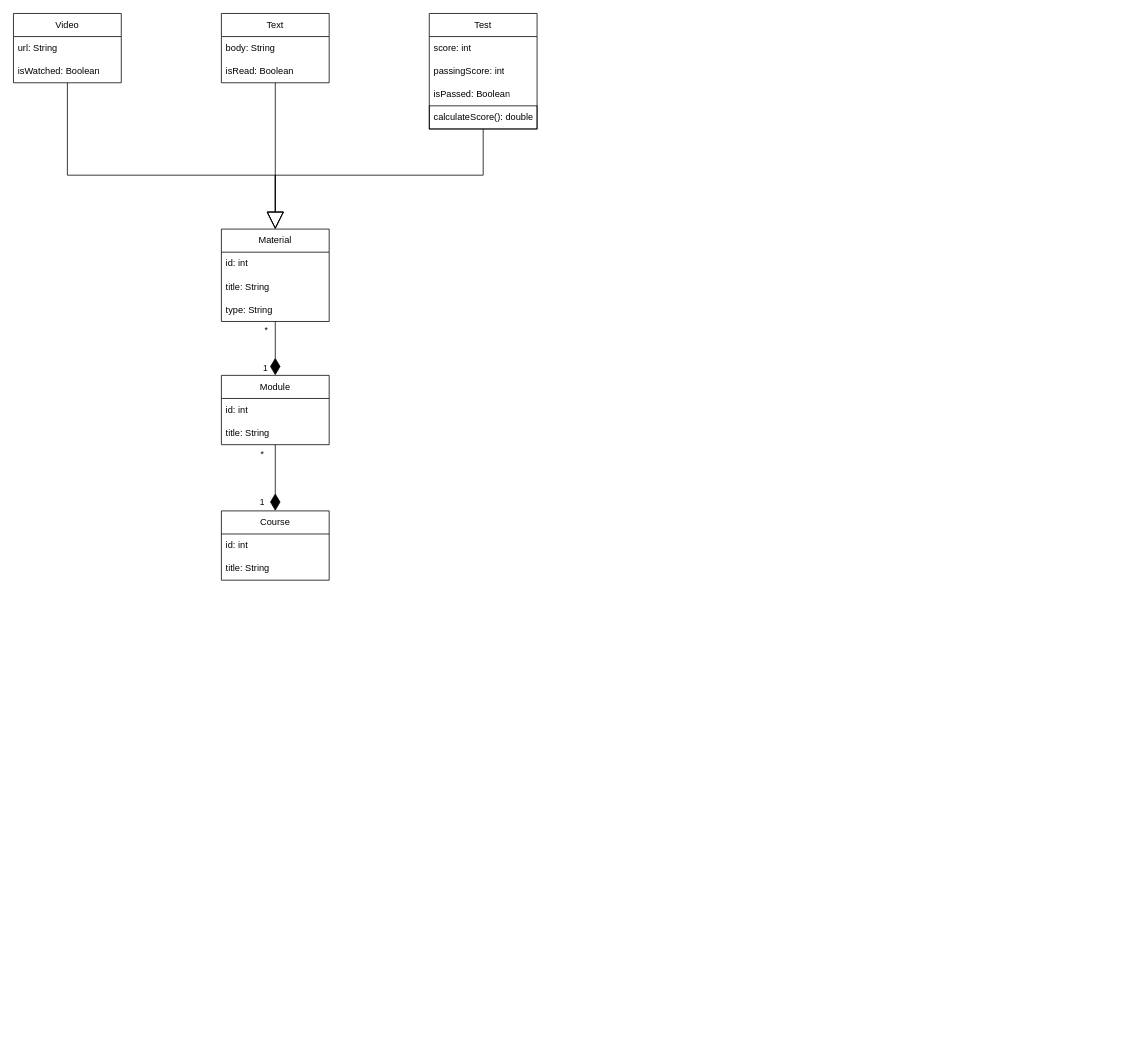
The draw.io diagram class.drawio.xml in vladkuz54/doc, before the edit. Source tidied: cells renumbered, new cells numbered last; positions are measured from the earlier drawing's top-left corner, leaving out a move shared by most shapes. Both pictures are drawn from the tidied source at 77%, with x=0, y=0 at pixel (13, 13).
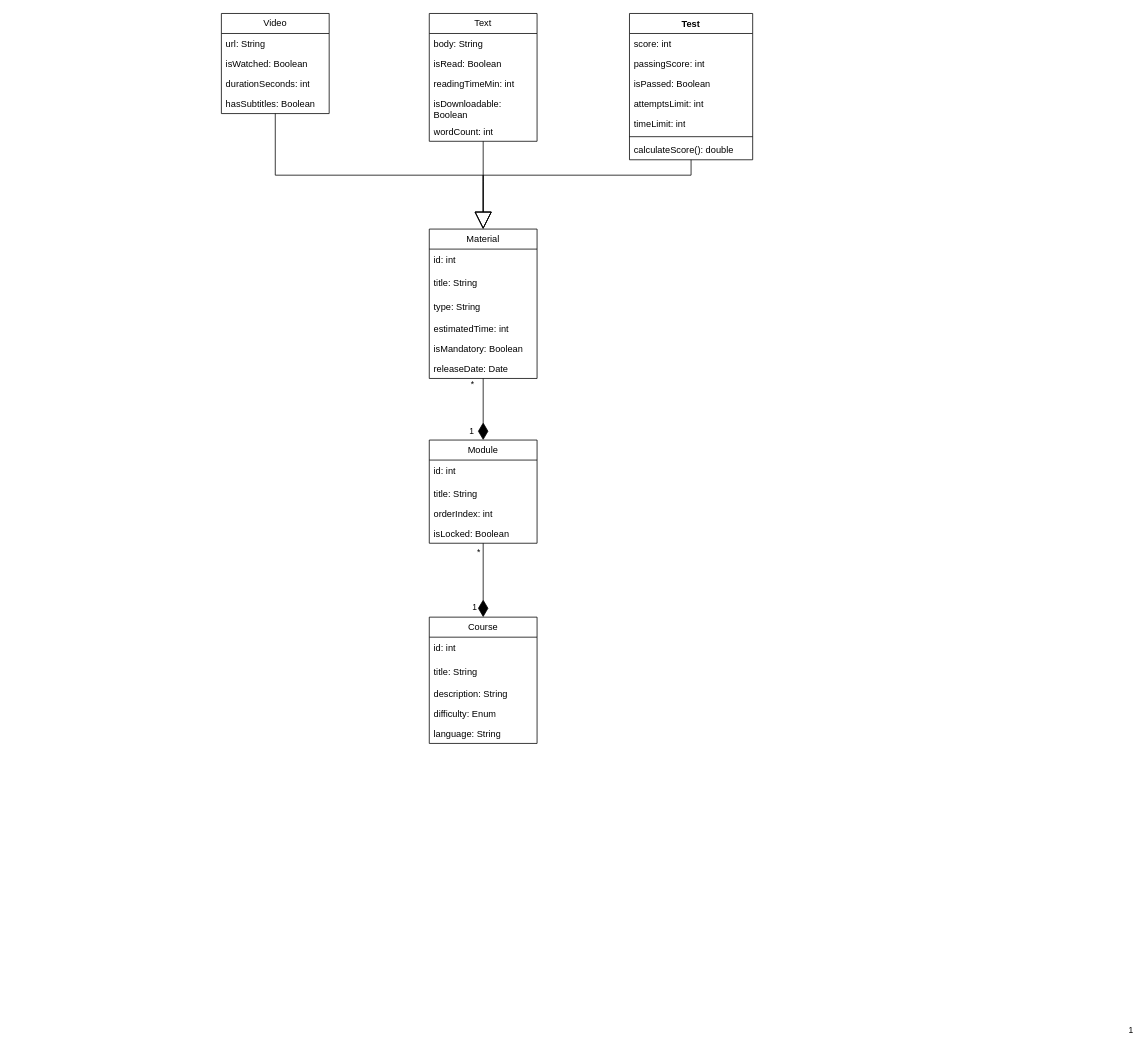
Above is the later version.

What changed in the source:
```diff
@@
-    <mxCell id="2" style="edgeStyle=orthogonalEdgeStyle;rounded=0;jettySize=auto;html=1;entryX=0.5;entryY=0;entryDx=0;entryDy=0;strokeWidth=1;endArrow=diamondThin;endFill=1;endSize=20;" parent="1" edge="1" source="5" target="26">
-      <mxGeometry relative="1" as="geometry" />
+    <mxCell id="2" style="edgeStyle=orthogonalEdgeStyle;rounded=0;jettySize=auto;html=1;endArrow=block;endFill=0;endSize=20;" parent="1" edge="1" source="3">
+      <mxGeometry relative="1" as="geometry">
+        <mxPoint x="610" y="280" as="targetPoint" />
+        <Array as="points">
+          <mxPoint x="880" y="210" />
+          <mxPoint x="610" y="210" />
+        </Array>
+      </mxGeometry>
     </mxCell>
-    <mxCell id="3" value="1" style="edgeLabel;html=1;align=center;verticalAlign=middle;points=[];" parent="2" vertex="1">
-      <mxGeometry x="-0.29" y="2" relative="1" as="geometry">
-        <mxPoint x="-16" y="35" as="offset" />
-      </mxGeometry>
+    <mxCell id="3" value="Test" style="swimlane;fontStyle=1;align=center;verticalAlign=top;horizontal=1;startSize=26;whiteSpace=wrap;html=1;" parent="1" vertex="1">
+      <mxGeometry x="800" width="160" height="190" as="geometry" />
     </mxCell>
-    <mxCell id="4" value="*" style="edgeLabel;html=1;align=center;verticalAlign=middle;" parent="2" vertex="1">
-      <mxGeometry x="-0.34" relative="1" as="geometry">
-        <mxPoint x="-13" y="-12" as="offset" />
-      </mxGeometry>
+    <mxCell id="4" value="score: int" style="text;strokeColor=none;fillColor=none;align=left;verticalAlign=top;spacingLeft=4;spacingRight=4;overflow=hidden;whiteSpace=wrap;html=1;" parent="3" vertex="1">
+      <mxGeometry y="26" width="160" height="26" as="geometry" />
     </mxCell>
-    <mxCell id="5" value="Material" style="swimlane;fontStyle=0;horizontal=1;startSize=30;whiteSpace=wrap;html=1;" parent="1" vertex="1">
-      <mxGeometry x="270" y="280" width="140" height="120" as="geometry" />
+    <mxCell id="5" value="passingScore: int" style="text;strokeColor=none;fillColor=none;align=left;verticalAlign=top;spacingLeft=4;spacingRight=4;overflow=hidden;points=[[0,0.5],[1,0.5]];portConstraint=eastwest;whiteSpace=wrap;html=1;" parent="3" vertex="1">
+      <mxGeometry y="52" width="160" height="26" as="geometry" />
     </mxCell>
-    <mxCell id="6" value="id: int" style="text;strokeColor=none;fillColor=none;align=left;verticalAlign=middle;spacingLeft=4;spacingRight=4;overflow=hidden;whiteSpace=wrap;html=1;" parent="5" vertex="1">
-      <mxGeometry y="30" width="140" height="30" as="geometry" />
+    <mxCell id="6" value="isPassed: Boolean" style="text;strokeColor=none;fillColor=none;align=left;verticalAlign=top;spacingLeft=4;spacingRight=4;overflow=hidden;whiteSpace=wrap;html=1;" parent="3" vertex="1">
+      <mxGeometry y="78" width="160" height="26" as="geometry" />
     </mxCell>
-    <mxCell id="7" value="title: String" style="text;strokeColor=none;fillColor=none;align=left;verticalAlign=middle;spacingLeft=4;spacingRight=4;overflow=hidden;whiteSpace=wrap;html=1;" parent="5" vertex="1">
-      <mxGeometry y="60" width="140" height="30" as="geometry" />
+    <mxCell id="7" value="attemptsLimit: int" style="text;strokeColor=none;fillColor=none;align=left;verticalAlign=top;spacingLeft=4;spacingRight=4;overflow=hidden;whiteSpace=wrap;html=1;" parent="3" vertex="1">
+      <mxGeometry y="104" width="160" height="26" as="geometry" />
     </mxCell>
-    <mxCell id="8" value="type: String" style="text;strokeColor=none;fillColor=none;align=left;verticalAlign=middle;spacingLeft=4;spacingRight=4;overflow=hidden;whiteSpace=wrap;html=1;" parent="5" vertex="1">
-      <mxGeometry y="90" width="140" height="30" as="geometry" />
+    <mxCell id="8" value="timeLimit: int" style="text;strokeColor=none;fillColor=none;align=left;verticalAlign=top;spacingLeft=4;spacingRight=4;overflow=hidden;whiteSpace=wrap;html=1;" parent="3" vertex="1">
+      <mxGeometry y="130" width="160" height="26" as="geometry" />
     </mxCell>
-    <mxCell id="9" style="edgeStyle=orthogonalEdgeStyle;rounded=0;jettySize=auto;html=1;endArrow=block;endFill=0;endSize=20;" parent="1" edge="1" source="10" target="5">
-      <mxGeometry relative="1" as="geometry">
-        <Array as="points">
-          <mxPoint x="70" y="210" />
-          <mxPoint x="340" y="210" />
-        </Array>
-      </mxGeometry>
+    <mxCell id="9" style="line;strokeWidth=1;fillColor=none;align=left;verticalAlign=middle;spacingTop=-1;spacingLeft=3;spacingRight=3;labelPosition=right;strokeColor=inherit;" parent="3" vertex="1">
+      <mxGeometry y="156" width="160" height="8" as="geometry" />
     </mxCell>
-    <mxCell id="10" value="Video" style="swimlane;fontStyle=0;horizontal=1;startSize=30;whiteSpace=wrap;html=1;" parent="1" vertex="1">
-      <mxGeometry width="140" height="90" as="geometry" />
+    <mxCell id="10" value="calculateScore(): double" style="text;strokeColor=none;fillColor=none;align=left;verticalAlign=top;spacingLeft=4;spacingRight=4;overflow=hidden;points=[[0,0.5],[1,0.5]];portConstraint=eastwest;whiteSpace=wrap;html=1;" parent="3" vertex="1">
+      <mxGeometry y="164" width="160" height="26" as="geometry" />
     </mxCell>
-    <mxCell id="11" value="url: String" style="text;strokeColor=none;fillColor=none;align=left;verticalAlign=middle;spacingLeft=4;spacingRight=4;overflow=hidden;whiteSpace=wrap;html=1;" parent="10" vertex="1">
-      <mxGeometry y="30" width="140" height="30" as="geometry" />
+    <mxCell id="11" style="edgeStyle=orthogonalEdgeStyle;rounded=0;jettySize=auto;html=1;entryX=0.5;entryY=0;entryDx=0;entryDy=0;endArrow=block;endFill=0;endSize=20;" parent="1" edge="1" source="12">
+      <mxGeometry relative="1" as="geometry">
+        <mxPoint x="610" y="280" as="targetPoint" />
+        <Array as="points">
+          <mxPoint x="340" y="210" />
+          <mxPoint x="610" y="210" />
+        </Array>
+      </mxGeometry>
     </mxCell>
-    <mxCell id="12" value="isWatched: Boolean" style="text;strokeColor=none;fillColor=none;align=left;verticalAlign=middle;spacingLeft=4;spacingRight=4;overflow=hidden;points=[[0,0.5],[1,0.5]];portConstraint=eastwest;whiteSpace=wrap;html=1;" parent="10" vertex="1">
-      <mxGeometry y="60" width="140" height="30" as="geometry" />
+    <mxCell id="12" value="Video" style="swimlane;fontStyle=0;horizontal=1;startSize=26;fillColor=none;whiteSpace=wrap;html=1;" parent="1" vertex="1">
+      <mxGeometry x="270" width="140" height="130" as="geometry" />
     </mxCell>
-    <mxCell id="13" style="edgeStyle=orthogonalEdgeStyle;rounded=0;jettySize=auto;html=1;entryX=0.5;entryY=0;entryDx=0;entryDy=0;endArrow=block;endFill=0;endSize=20;" parent="1" edge="1" source="14" target="5">
-      <mxGeometry relative="1" as="geometry" />
+    <mxCell id="13" value="url: String" style="text;strokeColor=none;fillColor=none;align=left;verticalAlign=top;spacingLeft=4;spacingRight=4;overflow=hidden;whiteSpace=wrap;html=1;" parent="12" vertex="1">
+      <mxGeometry y="26" width="140" height="26" as="geometry" />
     </mxCell>
-    <mxCell id="14" value="Text" style="swimlane;fontStyle=0;horizontal=1;startSize=30;whiteSpace=wrap;html=1;" parent="1" vertex="1">
-      <mxGeometry x="270" width="140" height="90" as="geometry" />
+    <mxCell id="14" value="isWatched: Boolean" style="text;strokeColor=none;fillColor=none;align=left;verticalAlign=top;spacingLeft=4;spacingRight=4;overflow=hidden;points=[[0,0.5],[1,0.5]];portConstraint=eastwest;whiteSpace=wrap;html=1;" parent="12" vertex="1">
+      <mxGeometry y="52" width="140" height="26" as="geometry" />
     </mxCell>
-    <mxCell id="15" value="body: String" style="text;strokeColor=none;fillColor=none;align=left;verticalAlign=middle;spacingLeft=4;spacingRight=4;overflow=hidden;whiteSpace=wrap;html=1;" parent="14" vertex="1">
-      <mxGeometry y="30" width="140" height="30" as="geometry" />
+    <mxCell id="15" value="durationSeconds: int" style="text;strokeColor=none;fillColor=none;align=left;verticalAlign=top;spacingLeft=4;spacingRight=4;overflow=hidden;whiteSpace=wrap;html=1;" parent="12" vertex="1">
+      <mxGeometry y="78" width="140" height="26" as="geometry" />
     </mxCell>
-    <mxCell id="16" value="isRead: Boolean" style="text;strokeColor=none;fillColor=none;align=left;verticalAlign=middle;spacingLeft=4;spacingRight=4;overflow=hidden;whiteSpace=wrap;html=1;" parent="14" vertex="1">
-      <mxGeometry y="60" width="140" height="30" as="geometry" />
+    <mxCell id="16" value="hasSubtitles: Boolean" style="text;strokeColor=none;fillColor=none;align=left;verticalAlign=top;spacingLeft=4;spacingRight=4;overflow=hidden;whiteSpace=wrap;html=1;" parent="12" vertex="1">
+      <mxGeometry y="104" width="140" height="26" as="geometry" />
     </mxCell>
-    <mxCell id="17" style="edgeStyle=orthogonalEdgeStyle;rounded=0;jettySize=auto;html=1;entryX=0.5;entryY=0;entryDx=0;entryDy=0;endArrow=block;endFill=0;endSize=20;" parent="1" edge="1" source="18" target="5">
+    <mxCell id="17" style="edgeStyle=orthogonalEdgeStyle;rounded=0;jettySize=auto;html=1;endArrow=block;endFill=0;endSize=20;" parent="1" edge="1" source="18">
       <mxGeometry relative="1" as="geometry">
-        <Array as="points">
-          <mxPoint x="610" y="210" />
-          <mxPoint x="340" y="210" />
-        </Array>
+        <mxPoint x="610" y="280" as="targetPoint" />
       </mxGeometry>
     </mxCell>
-    <mxCell id="18" value="Test" style="swimlane;fontStyle=0;horizontal=1;startSize=30;whiteSpace=wrap;html=1;" parent="1" vertex="1">
-      <mxGeometry x="540" width="140" height="150" as="geometry" />
+    <mxCell id="18" value="Text" style="swimlane;fontStyle=0;horizontal=1;startSize=26;fillColor=none;whiteSpace=wrap;html=1;" parent="1" vertex="1">
+      <mxGeometry x="540" width="140" height="166" as="geometry" />
     </mxCell>
-    <mxCell id="19" value="score: int" style="text;strokeColor=none;fillColor=none;align=left;verticalAlign=middle;spacingLeft=4;spacingRight=4;overflow=hidden;whiteSpace=wrap;html=1;" parent="18" vertex="1">
-      <mxGeometry y="30" width="140" height="30" as="geometry" />
+    <mxCell id="19" value="body: String" style="text;strokeColor=none;fillColor=none;align=left;verticalAlign=top;spacingLeft=4;spacingRight=4;overflow=hidden;whiteSpace=wrap;html=1;" parent="18" vertex="1">
+      <mxGeometry y="26" width="140" height="26" as="geometry" />
     </mxCell>
-    <mxCell id="20" value="passingScore: int" style="text;strokeColor=none;fillColor=none;align=left;verticalAlign=middle;spacingLeft=4;spacingRight=4;overflow=hidden;whiteSpace=wrap;html=1;" parent="18" vertex="1">
-      <mxGeometry y="60" width="140" height="30" as="geometry" />
+    <mxCell id="20" value="isRead: Boolean" style="text;strokeColor=none;fillColor=none;align=left;verticalAlign=top;spacingLeft=4;spacingRight=4;overflow=hidden;whiteSpace=wrap;html=1;" parent="18" vertex="1">
+      <mxGeometry y="52" width="140" height="26" as="geometry" />
     </mxCell>
-    <mxCell id="21" value="isPassed: Boolean" style="text;strokeColor=none;fillColor=none;align=left;verticalAlign=middle;spacingLeft=4;spacingRight=4;overflow=hidden;whiteSpace=wrap;html=1;" parent="18" vertex="1">
-      <mxGeometry y="90" width="140" height="30" as="geometry" />
+    <mxCell id="21" value="readingTimeMin: int" style="text;strokeColor=none;fillColor=none;align=left;verticalAlign=top;spacingLeft=4;spacingRight=4;overflow=hidden;whiteSpace=wrap;html=1;" parent="18" vertex="1">
+      <mxGeometry y="78" width="140" height="26" as="geometry" />
     </mxCell>
-    <mxCell id="22" value="calculateScore(): double" style="text;strokeColor=default;fillColor=none;align=left;verticalAlign=middle;spacingLeft=4;spacingRight=4;overflow=hidden;whiteSpace=wrap;html=1;" parent="18" vertex="1">
-      <mxGeometry y="120" width="140" height="30" as="geometry" />
+    <mxCell id="22" value="isDownloadable: Boolean" style="text;strokeColor=none;fillColor=none;align=left;verticalAlign=top;spacingLeft=4;spacingRight=4;overflow=hidden;whiteSpace=wrap;html=1;" parent="18" vertex="1">
+      <mxGeometry y="104" width="140" height="36" as="geometry" />
     </mxCell>
-    <mxCell id="23" style="edgeStyle=orthogonalEdgeStyle;rounded=0;jettySize=auto;html=1;entryX=0.5;entryY=0;entryDx=0;entryDy=0;endArrow=diamondThin;endFill=1;endSize=20;" parent="1" edge="1" source="26" target="29">
-      <mxGeometry relative="1" as="geometry" />
+    <mxCell id="23" value="wordCount: int" style="text;strokeColor=none;fillColor=none;align=left;verticalAlign=top;spacingLeft=4;spacingRight=4;overflow=hidden;whiteSpace=wrap;html=1;" parent="18" vertex="1">
+      <mxGeometry y="140" width="140" height="26" as="geometry" />
     </mxCell>
-    <mxCell id="24" value="1" style="edgeLabel;html=1;align=center;verticalAlign=middle;" parent="23" vertex="1">
-      <mxGeometry x="-0.09" y="-3" relative="1" as="geometry">
-        <mxPoint x="-15" y="35" as="offset" />
-      </mxGeometry>
+    <mxCell id="24" style="edgeStyle=orthogonalEdgeStyle;rounded=0;jettySize=auto;html=1;entryX=0.5;entryY=0;entryDx=0;entryDy=0;endArrow=diamondThin;endFill=1;endSize=20;" parent="1" edge="1" source="27" target="38">
+      <mxGeometry relative="1" as="geometry" />
     </mxCell>
-    <mxCell id="25" value="*" style="edgeLabel;html=1;align=center;verticalAlign=middle;" parent="23" vertex="1">
-      <mxGeometry x="-0.13" y="1" relative="1" as="geometry">
-        <mxPoint x="-19" y="-25" as="offset" />
+    <mxCell id="25" value="1" style="edgeLabel;html=1;align=center;verticalAlign=middle;" parent="24" vertex="1">
+      <mxGeometry x="-0.24" y="1" relative="1" as="geometry">
+        <mxPoint x="-17" y="38" as="offset" />
       </mxGeometry>
     </mxCell>
-    <mxCell id="26" value="Module" style="swimlane;fontStyle=0;horizontal=1;startSize=30;whiteSpace=wrap;html=1;" parent="1" vertex="1">
-      <mxGeometry x="270" y="470" width="140" height="90" as="geometry" />
+    <mxCell id="26" value="*" style="edgeLabel;html=1;align=center;verticalAlign=middle;points=[];" parent="24" vertex="1">
+      <mxGeometry x="-0.32" y="3" relative="1" as="geometry">
+        <mxPoint x="-18" y="-20" as="offset" />
+      </mxGeometry>
     </mxCell>
-    <mxCell id="27" value="id: int" style="text;strokeColor=none;fillColor=none;align=left;verticalAlign=middle;spacingLeft=4;spacingRight=4;overflow=hidden;points=[[0,0.5],[1,0.5]];portConstraint=eastwest;whiteSpace=wrap;html=1;" parent="26" vertex="1">
-      <mxGeometry y="30" width="140" height="30" as="geometry" />
+    <mxCell id="27" value="Material" style="swimlane;fontStyle=0;horizontal=1;startSize=26;fillColor=none;whiteSpace=wrap;html=1;" parent="1" vertex="1">
+      <mxGeometry x="540" y="280" width="140" height="194" as="geometry" />
     </mxCell>
-    <mxCell id="28" value="title: String" style="text;strokeColor=none;fillColor=none;align=left;verticalAlign=middle;spacingLeft=4;spacingRight=4;overflow=hidden;whiteSpace=wrap;html=1;" parent="26" vertex="1">
-      <mxGeometry y="60" width="140" height="30" as="geometry" />
+    <mxCell id="28" value="id: int" style="text;strokeColor=none;fillColor=none;align=left;verticalAlign=middle;spacingLeft=4;spacingRight=4;overflow=hidden;whiteSpace=wrap;html=1;" parent="27" vertex="1">
+      <mxGeometry y="26" width="140" height="30" as="geometry" />
     </mxCell>
-    <mxCell id="29" value="Course" style="swimlane;fontStyle=0;horizontal=1;startSize=30;whiteSpace=wrap;html=1;" parent="1" vertex="1">
-      <mxGeometry x="270" y="646" width="140" height="90" as="geometry" />
+    <mxCell id="29" value="title: String" style="text;strokeColor=none;fillColor=none;align=left;verticalAlign=middle;spacingLeft=4;spacingRight=4;overflow=hidden;points=[[0,0.5],[1,0.5]];portConstraint=eastwest;whiteSpace=wrap;html=1;" parent="27" vertex="1">
+      <mxGeometry y="56" width="140" height="30" as="geometry" />
     </mxCell>
-    <mxCell id="30" value="id: int" style="text;strokeColor=none;fillColor=none;align=left;verticalAlign=middle;spacingLeft=4;spacingRight=4;overflow=hidden;whiteSpace=wrap;html=1;" parent="29" vertex="1">
-      <mxGeometry y="30" width="140" height="30" as="geometry" />
+    <mxCell id="30" value="type: String" style="text;strokeColor=none;fillColor=none;align=left;verticalAlign=middle;spacingLeft=4;spacingRight=4;overflow=hidden;whiteSpace=wrap;html=1;" parent="27" vertex="1">
+      <mxGeometry y="86" width="140" height="30" as="geometry" />
     </mxCell>
-    <mxCell id="31" value="title: String" style="text;strokeColor=none;fillColor=none;align=left;verticalAlign=middle;spacingLeft=4;spacingRight=4;overflow=hidden;whiteSpace=wrap;html=1;" parent="29" vertex="1">
-      <mxGeometry y="60" width="140" height="30" as="geometry" />
+    <mxCell id="31" value="estimatedTime: int" style="text;strokeColor=none;fillColor=none;align=left;verticalAlign=top;spacingLeft=4;spacingRight=4;overflow=hidden;whiteSpace=wrap;html=1;" parent="27" vertex="1">
+      <mxGeometry y="116" width="140" height="26" as="geometry" />
     </mxCell>
+    <mxCell id="32" value="isMandatory: Boolean" style="text;strokeColor=none;fillColor=none;align=left;verticalAlign=top;spacingLeft=4;spacingRight=4;overflow=hidden;whiteSpace=wrap;html=1;" parent="27" vertex="1">
+      <mxGeometry y="142" width="140" height="26" as="geometry" />
+    </mxCell>
+    <mxCell id="33" value="releaseDate: Date" style="text;strokeColor=none;fillColor=none;align=left;verticalAlign=top;spacingLeft=4;spacingRight=4;overflow=hidden;whiteSpace=wrap;html=1;" parent="27" vertex="1">
+      <mxGeometry y="168" width="140" height="26" as="geometry" />
+    </mxCell>
+    <mxCell id="34" style="edgeStyle=orthogonalEdgeStyle;rounded=0;jettySize=auto;html=1;entryX=0.5;entryY=0;entryDx=0;entryDy=0;endArrow=diamondThin;endFill=1;endSize=20;" parent="1" edge="1" source="38" target="43">
+      <mxGeometry relative="1" as="geometry" />
+    </mxCell>
+    <mxCell id="35" value="*" style="edgeLabel;html=1;align=center;verticalAlign=middle;" parent="34" vertex="1">
+      <mxGeometry x="-0.23" y="-1" relative="1" as="geometry">
+        <mxPoint x="-6" y="-26" as="offset" />
+      </mxGeometry>
+    </mxCell>
+    <mxCell id="36" value="1" style="edgeLabel;html=1;align=center;verticalAlign=middle;" parent="34" vertex="1">
+      <mxGeometry x="-0.2" y="-2" relative="1" as="geometry">
+        <mxPoint x="842" y="593" as="offset" />
+      </mxGeometry>
+    </mxCell>
+    <mxCell id="37" value="1" style="edgeLabel;html=1;align=center;verticalAlign=middle;" parent="34" vertex="1">
+      <mxGeometry x="-0.2" relative="1" as="geometry">
+        <mxPoint x="-12" y="44" as="offset" />
+      </mxGeometry>
+    </mxCell>
+    <mxCell id="38" value="Module" style="swimlane;fontStyle=0;horizontal=1;startSize=26;fillColor=none;whiteSpace=wrap;html=1;" parent="1" vertex="1">
+      <mxGeometry x="540" y="554" width="140" height="134" as="geometry" />
+    </mxCell>
+    <mxCell id="39" value="id: int" style="text;strokeColor=none;fillColor=none;align=left;verticalAlign=middle;spacingLeft=4;spacingRight=4;overflow=hidden;whiteSpace=wrap;html=1;" parent="38" vertex="1">
+      <mxGeometry y="26" width="140" height="30" as="geometry" />
+    </mxCell>
+    <mxCell id="40" value="title: String" style="text;strokeColor=none;fillColor=none;align=left;verticalAlign=top;spacingLeft=4;spacingRight=4;overflow=hidden;whiteSpace=wrap;html=1;" parent="38" vertex="1">
+      <mxGeometry y="56" width="140" height="26" as="geometry" />
+    </mxCell>
+    <mxCell id="41" value="orderIndex: int" style="text;strokeColor=none;fillColor=none;align=left;verticalAlign=top;spacingLeft=4;spacingRight=4;overflow=hidden;whiteSpace=wrap;html=1;" parent="38" vertex="1">
+      <mxGeometry y="82" width="140" height="26" as="geometry" />
+    </mxCell>
+    <mxCell id="42" value="isLocked: Boolean" style="text;strokeColor=none;fillColor=none;align=left;verticalAlign=top;spacingLeft=4;spacingRight=4;overflow=hidden;whiteSpace=wrap;html=1;" parent="38" vertex="1">
+      <mxGeometry y="108" width="140" height="26" as="geometry" />
+    </mxCell>
+    <mxCell id="43" value="Course" style="swimlane;fontStyle=0;horizontal=1;startSize=26;fillColor=none;whiteSpace=wrap;html=1;" parent="1" vertex="1">
+      <mxGeometry x="540" y="784" width="140" height="164" as="geometry" />
+    </mxCell>
+    <mxCell id="44" value="id: int" style="text;strokeColor=none;fillColor=none;align=left;verticalAlign=middle;spacingLeft=4;spacingRight=4;overflow=hidden;whiteSpace=wrap;html=1;" parent="43" vertex="1">
+      <mxGeometry y="26" width="140" height="30" as="geometry" />
+    </mxCell>
+    <mxCell id="45" value="title: String" style="text;strokeColor=none;fillColor=none;align=left;verticalAlign=middle;spacingLeft=4;spacingRight=4;overflow=hidden;whiteSpace=wrap;html=1;" parent="43" vertex="1">
+      <mxGeometry y="56" width="140" height="30" as="geometry" />
+    </mxCell>
+    <mxCell id="46" value="description: String" style="text;strokeColor=none;fillColor=none;align=left;verticalAlign=top;spacingLeft=4;spacingRight=4;overflow=hidden;whiteSpace=wrap;html=1;" parent="43" vertex="1">
+      <mxGeometry y="86" width="140" height="26" as="geometry" />
+    </mxCell>
+    <mxCell id="47" value="difficulty: Enum" style="text;strokeColor=none;fillColor=none;align=left;verticalAlign=top;spacingLeft=4;spacingRight=4;overflow=hidden;whiteSpace=wrap;html=1;" parent="43" vertex="1">
+      <mxGeometry y="112" width="140" height="26" as="geometry" />
+    </mxCell>
+    <mxCell id="48" value="language: String" style="text;strokeColor=none;fillColor=none;align=left;verticalAlign=top;spacingLeft=4;spacingRight=4;overflow=hidden;whiteSpace=wrap;html=1;" parent="43" vertex="1">
+      <mxGeometry y="138" width="140" height="26" as="geometry" />
+    </mxCell>
```
